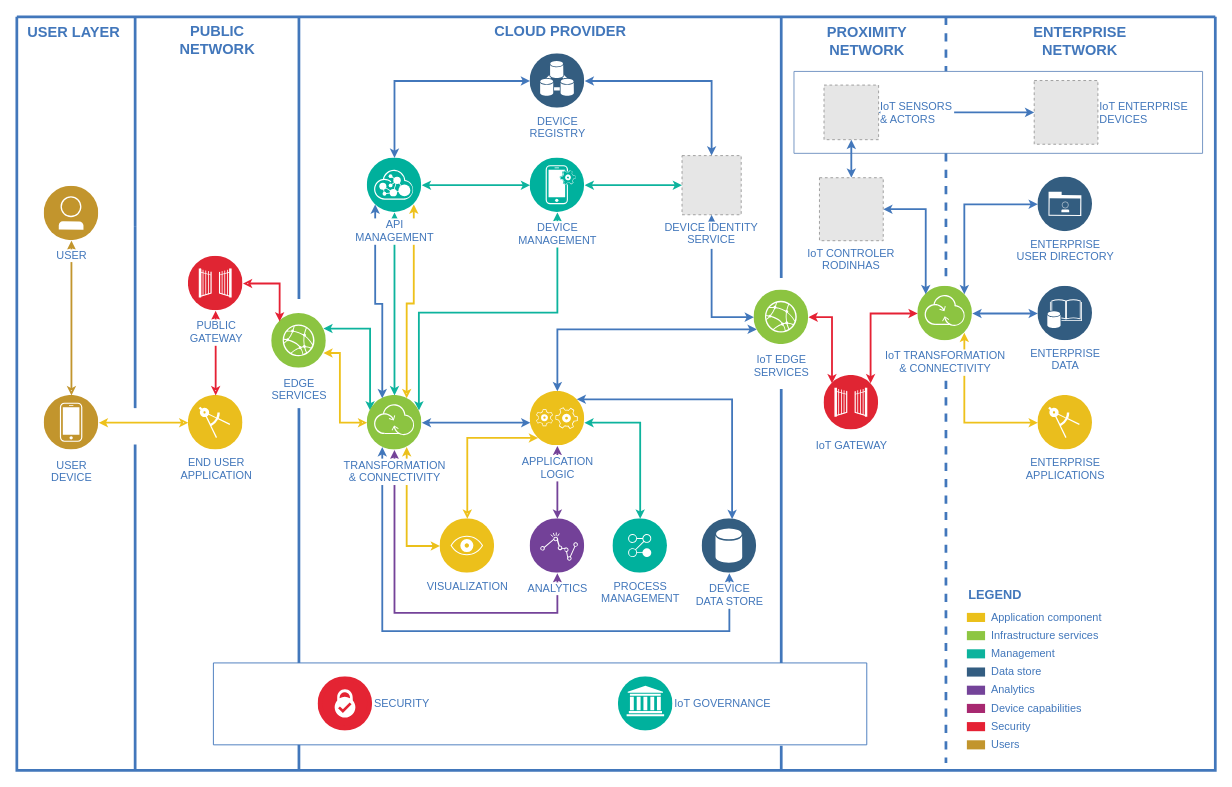
ndrtd/datafolioProjects keeps this draw.io diagram as Arquietura_TOGAF_DOBIT.drawio. Above is the earlier version. Source tidied: cells renumbered, new cells numbered last; positions are measured from the earlier drawing's top-left corner, leaving out a move shared by most shapes. Both pictures are drawn from the tidied source at 91%, with x=0, y=0 at pixel (16, 16). Pictures stored in the file or linked from it are replaced by grey dashed boxes.
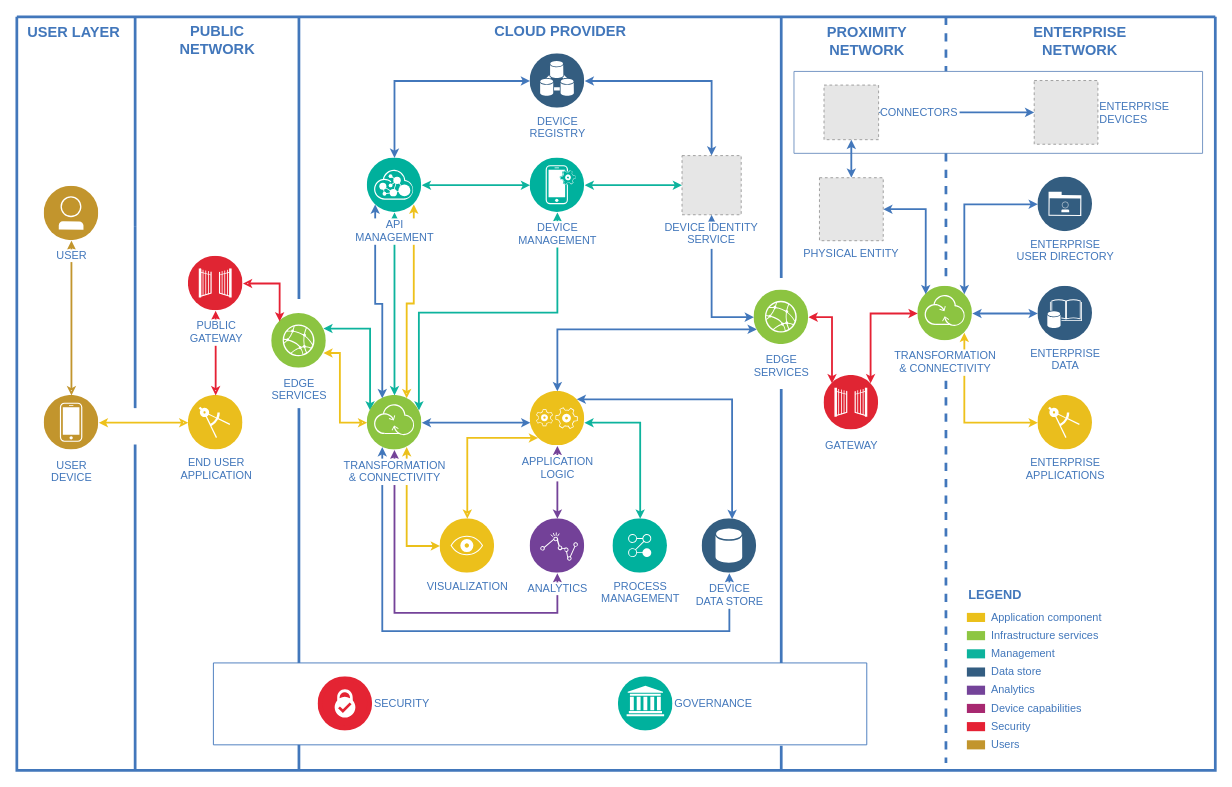
After the change.

The change refers to these unchanged cells:
```xml
<mxCell id="2" style="swimlane;shadow=0;strokeColor=#4277BB;fillColor=#ffffff;fontColor=#4277BB;align=right;startSize=0;strokeWidth=3;" parent="1" vertex="1">
  <mxGeometry width="1317" height="828" as="geometry" />
</mxCell>
<mxCell id="50" style="swimlane;shadow=0;strokeColor=#4277BB;fillColor=#ffffff;fontColor=#4277BB;align=right;startSize=0;strokeWidth=1;" parent="2" vertex="1">
  <mxGeometry x="216" y="710" width="718" height="90" as="geometry" />
</mxCell>
<mxCell id="65" style="swimlane;shadow=0;strokeColor=#6c8ebf;fillColor=#dae8fc;align=right;startSize=0;strokeWidth=1;swimlaneFillColor=none;" parent="2" vertex="1">
  <mxGeometry x="854" y="60" width="449" height="90" as="geometry" />
</mxCell>
```

Change to the diagram source:
```diff
@@
-    <mxCell id="44" value="IoT TRANSFORMATION&lt;div&gt;&amp;amp; CONNECTIVITY&lt;/div&gt;" style="perimeter=ellipsePerimeter;html=1;align=center;shadow=0;dashed=0;image;image=img/lib/ibm/infrastructure/transformation_connectivity.svg;labelBackgroundColor=#ffffff;strokeColor=#666666;strokeWidth=2;fillColor=#C2952D;gradientColor=none;fontSize=12;fontColor=#4277BB;spacingTop=3;" parent="2" vertex="1">
+    <mxCell id="44" value="TRANSFORMATION&lt;div&gt;&amp;amp; CONNECTIVITY&lt;/div&gt;" style="perimeter=ellipsePerimeter;html=1;align=center;shadow=0;dashed=0;image;image=img/lib/ibm/infrastructure/transformation_connectivity.svg;labelBackgroundColor=#ffffff;strokeColor=#666666;strokeWidth=2;fillColor=#C2952D;gradientColor=none;fontSize=12;fontColor=#4277BB;spacingTop=3;" parent="2" vertex="1">
       <mxGeometry x="990" y="296" width="60" height="60" as="geometry" />
     </mxCell>
@@
-    <mxCell id="52" value="IoT GOVERNANCE" style="perimeter=ellipsePerimeter;html=1;align=left;shadow=0;dashed=0;image;image=img/lib/ibm/management/information_governance.svg;labelBackgroundColor=#ffffff;strokeColor=#666666;strokeWidth=3;fillColor=#C2952D;gradientColor=none;fontSize=12;fontColor=#4277BB;labelPosition=right;verticalLabelPosition=middle;verticalAlign=middle;" parent="50" vertex="1">
+    <mxCell id="52" value="GOVERNANCE" style="perimeter=ellipsePerimeter;html=1;align=left;shadow=0;dashed=0;image;image=img/lib/ibm/management/information_governance.svg;labelBackgroundColor=#ffffff;strokeColor=#666666;strokeWidth=3;fillColor=#C2952D;gradientColor=none;fontSize=12;fontColor=#4277BB;labelPosition=right;verticalLabelPosition=middle;verticalAlign=middle;" parent="50" vertex="1">
       <mxGeometry x="445" y="15" width="60" height="60" as="geometry" />
     </mxCell>
@@
-    <mxCell id="59" value="IoT GATEWAY" style="perimeter=ellipsePerimeter;html=1;align=center;shadow=0;dashed=0;image;image=img/lib/ibm/security/gateway.svg;labelBackgroundColor=#ffffff;strokeColor=#666666;strokeWidth=2;fillColor=#C2952D;gradientColor=none;fontSize=12;fontColor=#4277BB;spacingTop=3;" parent="2" vertex="1">
+    <mxCell id="59" value="GATEWAY" style="perimeter=ellipsePerimeter;html=1;align=center;shadow=0;dashed=0;image;image=img/lib/ibm/security/gateway.svg;labelBackgroundColor=#ffffff;strokeColor=#666666;strokeWidth=2;fillColor=#C2952D;gradientColor=none;fontSize=12;fontColor=#4277BB;spacingTop=3;" parent="2" vertex="1">
       <mxGeometry x="887" y="394" width="60" height="60" as="geometry" />
     </mxCell>
@@
-    <mxCell id="66" value="IoT ENTERPRISE&#10;DEVICES" style="fillColor=#E6E6E6;strokeColor=#999999;dashed=1;verticalLabelPosition=middle;verticalAlign=middle;fontColor=#4277BB;labelPosition=right;align=left;" parent="65" vertex="1">
+    <mxCell id="66" value="ENTERPRISE&#10;DEVICES" style="fillColor=#E6E6E6;strokeColor=#999999;dashed=1;verticalLabelPosition=middle;verticalAlign=middle;fontColor=#4277BB;labelPosition=right;align=left;" parent="65" vertex="1">
       <mxGeometry x="264" y="10" width="70" height="70" as="geometry" />
     </mxCell>
@@
-    <mxCell id="68" value="IoT SENSORS&#10;&amp; ACTORS" style="fillColor=#E6E6E6;strokeColor=#999999;dashed=1;verticalLabelPosition=middle;verticalAlign=middle;fontColor=#4277BB;rotation=0;align=left;labelPosition=right;labelBackgroundColor=default;" parent="65" vertex="1">
+    <mxCell id="68" value="CONNECTORS" style="fillColor=#E6E6E6;strokeColor=#999999;dashed=1;verticalLabelPosition=middle;verticalAlign=middle;fontColor=#4277BB;rotation=0;align=left;labelPosition=right;labelBackgroundColor=default;" parent="65" vertex="1">
       <mxGeometry x="33" y="15" width="60" height="60" as="geometry" />
     </mxCell>
@@
-    <mxCell id="74" value="IoT CONTROLER&#10;RODINHAS" style="fillColor=#E6E6E6;strokeColor=#999999;dashed=1;verticalLabelPosition=bottom;verticalAlign=top;fontFamily=Helvetica;fontSize=12;fontColor=#4277BB;labelBackgroundColor=default;" parent="2" vertex="1">
+    <mxCell id="74" value="PHYSICAL ENTITY" style="fillColor=#E6E6E6;strokeColor=#999999;dashed=1;verticalLabelPosition=bottom;verticalAlign=top;fontFamily=Helvetica;fontSize=12;fontColor=#4277BB;labelBackgroundColor=default;" parent="2" vertex="1">
       <mxGeometry x="882" y="176.8" width="70.1" height="69.2" as="geometry" />
     </mxCell>
@@
-    <mxCell id="86" value="IoT EDGE&lt;div&gt;SERVICES&lt;/div&gt;" style="perimeter=ellipsePerimeter;html=1;align=center;shadow=0;dashed=0;image;image=img/lib/ibm/infrastructure/edge_services.svg;labelBackgroundColor=#ffffff;strokeColor=#666666;strokeWidth=2;fillColor=#C2952D;gradientColor=none;fontSize=12;fontColor=#4277BB;spacingTop=3;" parent="2" vertex="1">
+    <mxCell id="86" value="EDGE&lt;div&gt;SERVICES&lt;/div&gt;" style="perimeter=ellipsePerimeter;html=1;align=center;shadow=0;dashed=0;image;image=img/lib/ibm/infrastructure/edge_services.svg;labelBackgroundColor=#ffffff;strokeColor=#666666;strokeWidth=2;fillColor=#C2952D;gradientColor=none;fontSize=12;fontColor=#4277BB;spacingTop=3;" parent="2" vertex="1">
       <mxGeometry x="810" y="300" width="60" height="60" as="geometry" />
     </mxCell>
```
